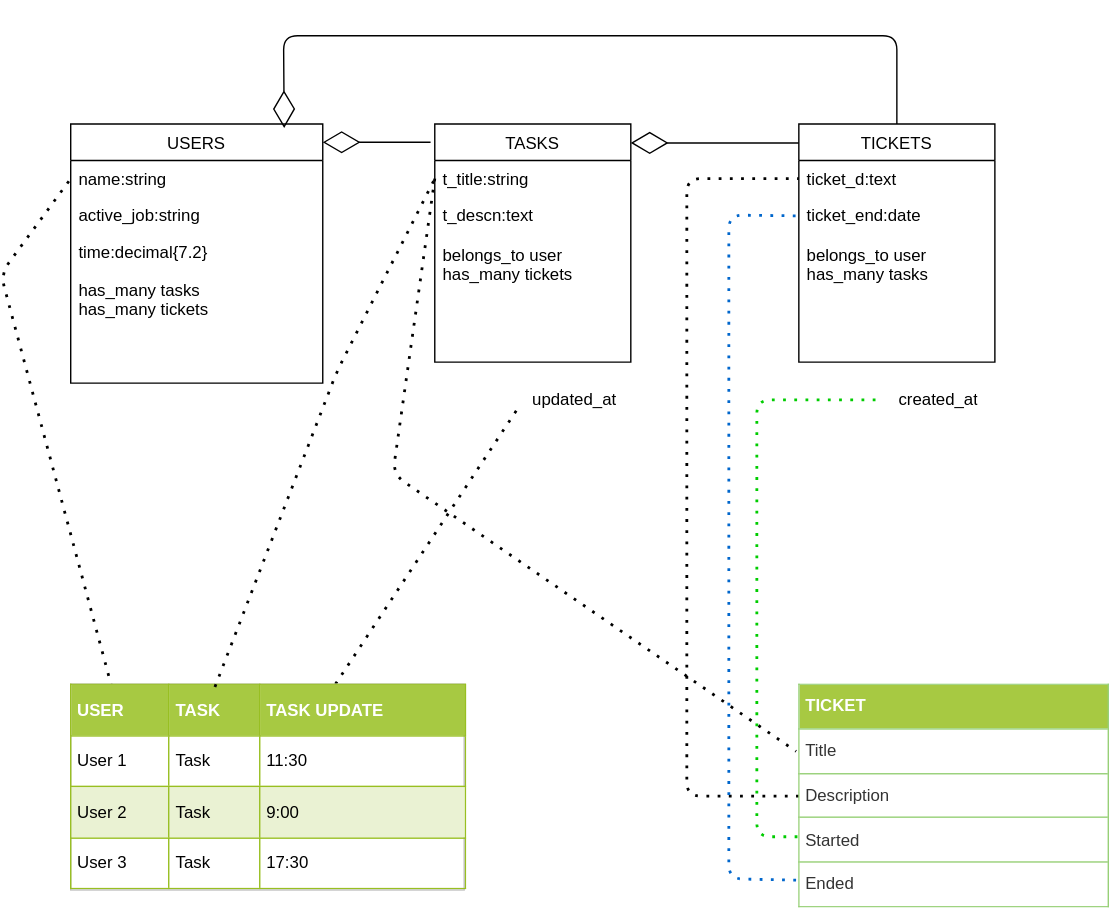
Before: MyApp.svg, a diagram exported from draw.io (Roru-cmd/Myapp). Source tidied: cells renumbered, new cells last; positions are measured from the earlier drawing's top-left corner, leaving out a move shared by most shapes.
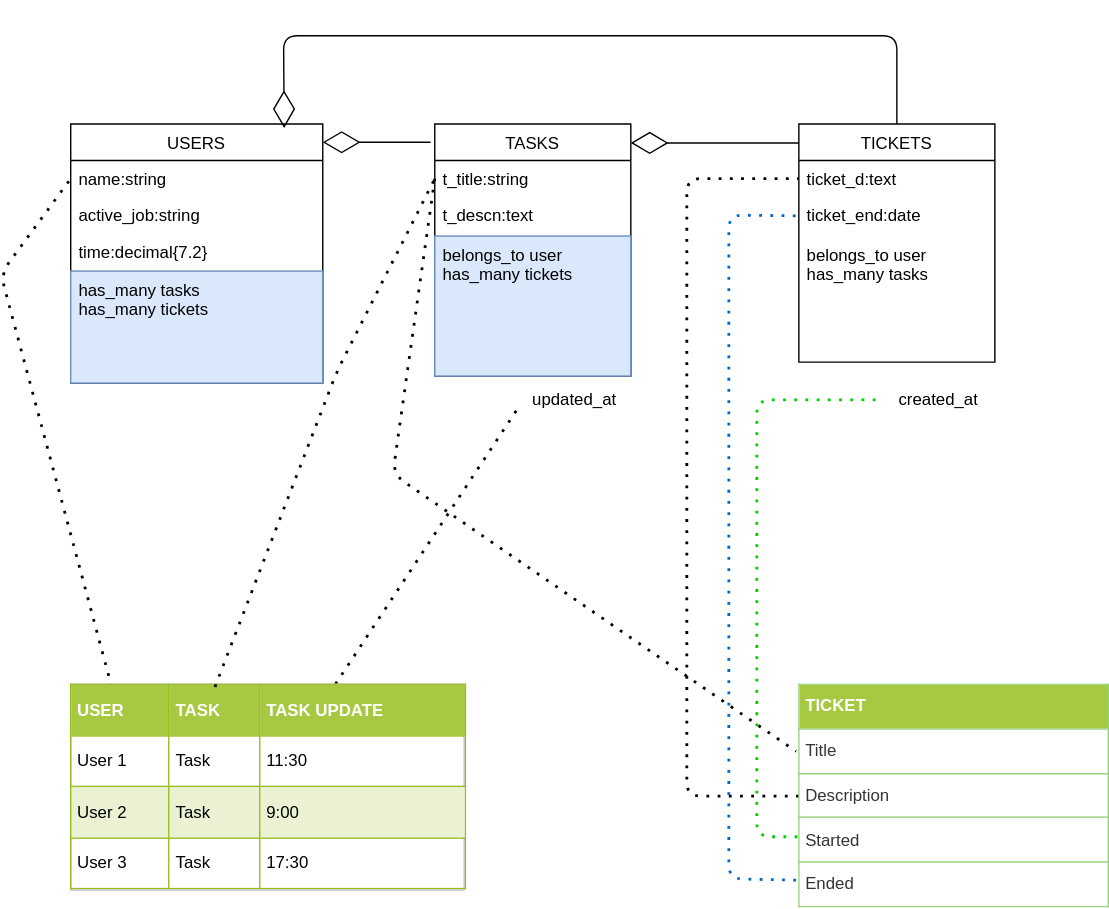
Later version of the same file.

Change to the diagram source:
```diff
@@ -14,18 +14,21 @@
     <mxCell id="5" value="time:decimal{7.2}" style="text;strokeColor=none;fillColor=none;align=left;verticalAlign=top;spacingLeft=4;spacingRight=4;overflow=hidden;" parent="2" vertex="1">
       <mxGeometry y="78" width="180" height="27" as="geometry" />
     </mxCell>
-    <mxCell id="6" value="has_many tasks&#10;has_many tickets" style="text;strokeColor=none;fillColor=none;align=left;verticalAlign=top;spacingLeft=4;spacingRight=4;overflow=hidden;" parent="2" vertex="1">
+    <mxCell id="6" value="has_many tasks&#10;has_many tickets" style="text;strokeColor=#6c8ebf;align=left;verticalAlign=top;spacingLeft=4;spacingRight=4;overflow=hidden;fillColor=#dae8fc;" parent="2" vertex="1">
       <mxGeometry y="105" width="180" height="80" as="geometry" />
     </mxCell>
     <mxCell id="7" value="TASKS" style="swimlane;fontStyle=0;horizontal=1;startSize=26;fillColor=none;" parent="1" vertex="1">
-      <mxGeometry x="310" y="63" width="140" height="170" as="geometry" />
+      <mxGeometry x="310" y="63" width="140" height="180" as="geometry" />
     </mxCell>
     <mxCell id="8" value="t_title:string" style="text;strokeColor=none;fillColor=none;align=left;verticalAlign=top;spacingLeft=4;spacingRight=4;overflow=hidden;points=[[0,0.5],[1,0.5]];portConstraint=eastwest;" parent="7" vertex="1">
       <mxGeometry y="26" width="140" height="26" as="geometry" />
     </mxCell>
-    <mxCell id="9" value="t_descn:text&#10;&#10;belongs_to user&#10;has_many tickets" style="text;strokeColor=none;fillColor=none;align=left;verticalAlign=top;spacingLeft=4;spacingRight=4;overflow=hidden;" parent="7" vertex="1">
-      <mxGeometry y="52" width="140" height="118" as="geometry" />
+    <mxCell id="9" value="t_descn:text" style="text;strokeColor=none;fillColor=none;align=left;verticalAlign=top;spacingLeft=4;spacingRight=4;overflow=hidden;" parent="7" vertex="1">
+      <mxGeometry y="52" width="140" height="28" as="geometry" />
     </mxCell>
+    <mxCell id="28" value="belongs_to user&#10;has_many tickets" style="text;strokeColor=#6c8ebf;fillColor=#dae8fc;align=left;verticalAlign=top;spacingLeft=4;spacingRight=4;overflow=hidden;" parent="7" vertex="1">
+      <mxGeometry y="80" width="140" height="100" as="geometry" />
+    </mxCell>
     <mxCell id="10" value="TICKETS" style="swimlane;fontStyle=0;horizontal=1;startSize=26;fillColor=none;" parent="1" vertex="1">
       <mxGeometry x="570" y="63" width="140" height="170" as="geometry" />
     </mxCell>
```
